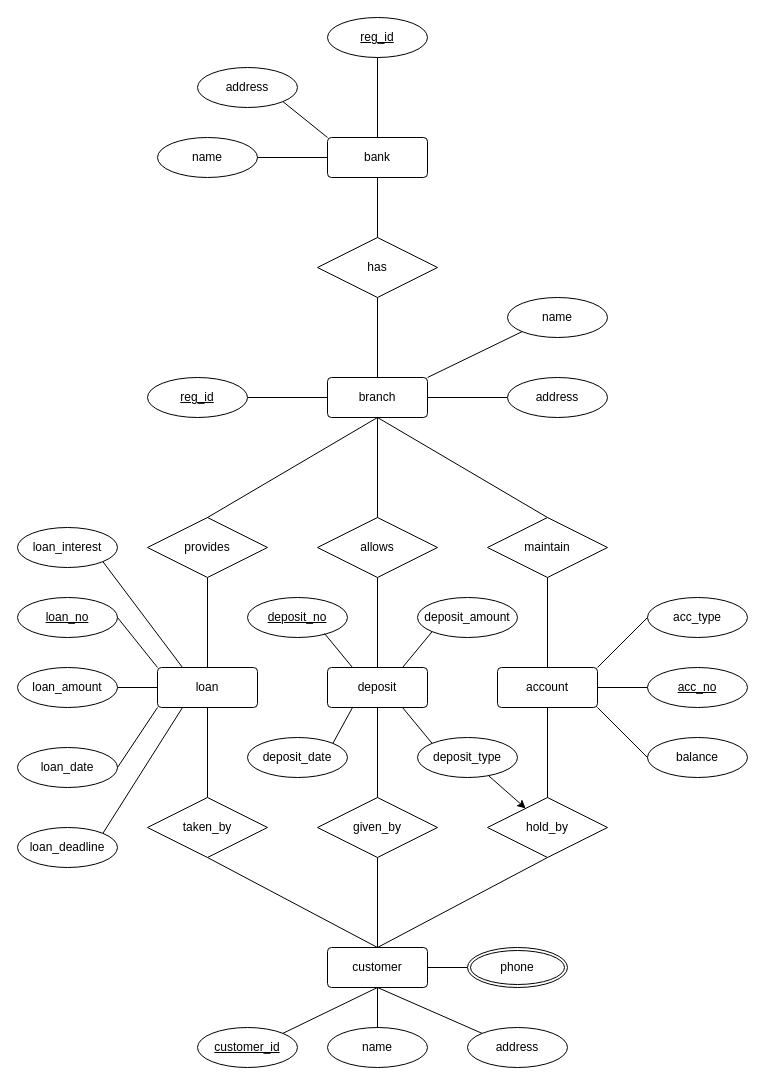
Earlier version of the draw.io diagram 02-ER-Diagram/bank-app.drawio (giver-kdk/Diagramming). Source tidied: cells renumbered, new cells numbered last; positions are measured from the earlier drawing's top-left corner, leaving out a move shared by most shapes. Both pictures are drawn from the tidied source at 100%, with x=0, y=0 at pixel (17, 17).
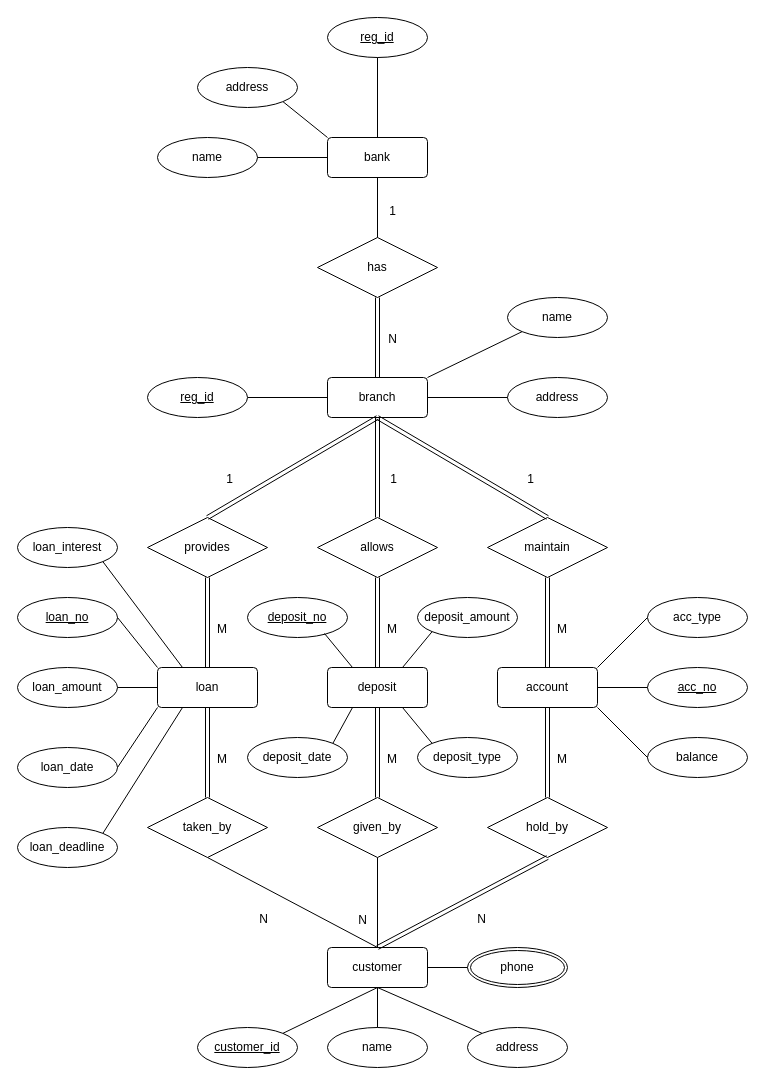
After the change.

Commit message (it also covers changes not shown here):
participation and cardinality set

The change refers to these unchanged cells:
```xml
<mxCell id="2" value="branch" style="rounded=1;arcSize=10;whiteSpace=wrap;html=1;align=center;" parent="1" vertex="1">
  <mxGeometry x="310" y="360" width="100" height="40" as="geometry" />
</mxCell>
<mxCell id="3" value="provides" style="shape=rhombus;perimeter=rhombusPerimeter;whiteSpace=wrap;html=1;align=center;" parent="1" vertex="1">
  <mxGeometry x="130" y="500" width="120" height="60" as="geometry" />
</mxCell>
<mxCell id="4" value="loan" style="rounded=1;arcSize=10;whiteSpace=wrap;html=1;align=center;" parent="1" vertex="1">
  <mxGeometry x="140" y="650" width="100" height="40" as="geometry" />
</mxCell>
<mxCell id="5" value="deposit" style="rounded=1;arcSize=10;whiteSpace=wrap;html=1;align=center;" parent="1" vertex="1">
  <mxGeometry x="310" y="650" width="100" height="40" as="geometry" />
</mxCell>
<mxCell id="6" value="account" style="rounded=1;arcSize=10;whiteSpace=wrap;html=1;align=center;" parent="1" vertex="1">
  <mxGeometry x="480" y="650" width="100" height="40" as="geometry" />
</mxCell>
<mxCell id="7" value="allows" style="shape=rhombus;perimeter=rhombusPerimeter;whiteSpace=wrap;html=1;align=center;" parent="1" vertex="1">
  <mxGeometry x="300" y="500" width="120" height="60" as="geometry" />
</mxCell>
<mxCell id="8" value="maintain" style="shape=rhombus;perimeter=rhombusPerimeter;whiteSpace=wrap;html=1;align=center;" parent="1" vertex="1">
  <mxGeometry x="470" y="500" width="120" height="60" as="geometry" />
</mxCell>
<mxCell id="9" value="customer" style="rounded=1;arcSize=10;whiteSpace=wrap;html=1;align=center;" parent="1" vertex="1">
  <mxGeometry x="310" y="930" width="100" height="40" as="geometry" />
</mxCell>
<mxCell id="10" value="taken_by" style="shape=rhombus;perimeter=rhombusPerimeter;whiteSpace=wrap;html=1;align=center;" parent="1" vertex="1">
  <mxGeometry x="130" y="780" width="120" height="60" as="geometry" />
</mxCell>
<mxCell id="11" value="given_by" style="shape=rhombus;perimeter=rhombusPerimeter;whiteSpace=wrap;html=1;align=center;" parent="1" vertex="1">
  <mxGeometry x="300" y="780" width="120" height="60" as="geometry" />
</mxCell>
<mxCell id="12" value="hold_by" style="shape=rhombus;perimeter=rhombusPerimeter;whiteSpace=wrap;html=1;align=center;" parent="1" vertex="1">
  <mxGeometry x="470" y="780" width="120" height="60" as="geometry" />
</mxCell>
<mxCell id="18" value="has" style="shape=rhombus;perimeter=rhombusPerimeter;whiteSpace=wrap;html=1;align=center;" parent="1" vertex="1">
  <mxGeometry x="300" y="220" width="120" height="60" as="geometry" />
</mxCell>
<mxCell id="36" value="bank" style="rounded=1;arcSize=10;whiteSpace=wrap;html=1;align=center;" parent="1" vertex="1">
  <mxGeometry x="310" y="120" width="100" height="40" as="geometry" />
</mxCell>
<mxCell id="60" value="deposit_type" style="ellipse;whiteSpace=wrap;html=1;align=center;" parent="1" vertex="1">
  <mxGeometry x="400" y="720" width="100" height="40" as="geometry" />
</mxCell>
```

The edit, as a diff of the source:
```diff
@@
-    <mxCell id="22" style="endArrow=none;html=1;rounded=0;entryX=0.5;entryY=0;entryDx=0;entryDy=0;exitX=0.5;exitY=1;exitDx=0;exitDy=0;" parent="1" edge="1" source="36" target="18">
-      <mxGeometry relative="1" as="geometry" />
-    </mxCell>
-    <mxCell id="23" style="endArrow=none;html=1;rounded=0;entryX=0.5;entryY=0;entryDx=0;entryDy=0;exitX=0.5;exitY=1;exitDx=0;exitDy=0;" parent="1" edge="1" source="18" target="2">
-      <mxGeometry relative="1" as="geometry" />
-    </mxCell>
-    <mxCell id="24" style="endArrow=none;html=1;rounded=0;exitX=0.5;exitY=0;exitDx=0;exitDy=0;entryX=0.5;entryY=1;entryDx=0;entryDy=0;" parent="1" edge="1" source="3" target="2">
-      <mxGeometry relative="1" as="geometry" />
-    </mxCell>
-    <mxCell id="25" style="endArrow=none;html=1;rounded=0;entryX=0.5;entryY=1;entryDx=0;entryDy=0;exitX=0.5;exitY=0;exitDx=0;exitDy=0;" parent="1" edge="1" source="7" target="2">
-      <mxGeometry relative="1" as="geometry" />
-    </mxCell>
-    <mxCell id="26" style="endArrow=none;html=1;rounded=0;exitX=0.5;exitY=0;exitDx=0;exitDy=0;entryX=0.5;entryY=1;entryDx=0;entryDy=0;" parent="1" edge="1" source="8" target="2">
-      <mxGeometry relative="1" as="geometry" />
-    </mxCell>
-    <mxCell id="27" style="endArrow=none;html=1;rounded=0;exitX=0.5;exitY=1;exitDx=0;exitDy=0;" parent="1" edge="1" source="3" target="4">
-      <mxGeometry relative="1" as="geometry" />
-    </mxCell>
-    <mxCell id="28" style="endArrow=none;html=1;rounded=0;exitX=0.5;exitY=1;exitDx=0;exitDy=0;" parent="1" edge="1" source="7" target="5">
-      <mxGeometry relative="1" as="geometry" />
-    </mxCell>
-    <mxCell id="29" style="endArrow=none;html=1;rounded=0;exitX=0.5;exitY=1;exitDx=0;exitDy=0;entryX=0.5;entryY=0;entryDx=0;entryDy=0;" parent="1" edge="1" source="8" target="6">
-      <mxGeometry relative="1" as="geometry" />
-    </mxCell>
-    <mxCell id="30" style="endArrow=none;html=1;rounded=0;exitX=0.5;exitY=1;exitDx=0;exitDy=0;" parent="1" edge="1" source="4" target="10">
-      <mxGeometry relative="1" as="geometry" />
-    </mxCell>
-    <mxCell id="31" style="endArrow=none;html=1;rounded=0;exitX=0.5;exitY=1;exitDx=0;exitDy=0;entryX=0.5;entryY=0;entryDx=0;entryDy=0;" parent="1" edge="1" source="5" target="11">
-      <mxGeometry relative="1" as="geometry" />
-    </mxCell>
-    <mxCell id="32" style="endArrow=none;html=1;rounded=0;exitX=0.5;exitY=1;exitDx=0;exitDy=0;entryX=0.5;entryY=0;entryDx=0;entryDy=0;" parent="1" edge="1" source="6" target="12">
-      <mxGeometry relative="1" as="geometry" />
-    </mxCell>
-    <mxCell id="33" style="endArrow=none;html=1;rounded=0;exitX=0.5;exitY=1;exitDx=0;exitDy=0;entryX=0.5;entryY=0;entryDx=0;entryDy=0;" parent="1" edge="1" source="10" target="9">
-      <mxGeometry relative="1" as="geometry" />
-    </mxCell>
-    <mxCell id="34" style="endArrow=none;html=1;rounded=0;exitX=0.5;exitY=1;exitDx=0;exitDy=0;" parent="1" edge="1" source="11">
-      <mxGeometry relative="1" as="geometry">
-        <mxPoint x="360" y="930" as="targetPoint" />
-      </mxGeometry>
-    </mxCell>
-    <mxCell id="35" style="endArrow=none;html=1;rounded=0;entryX=0.5;entryY=1;entryDx=0;entryDy=0;exitX=0.5;exitY=0;exitDx=0;exitDy=0;" parent="1" edge="1" source="9" target="12">
-      <mxGeometry relative="1" as="geometry" />
-    </mxCell>
@@
-    <mxCell id="59" style="edgeStyle=none;html=1;" parent="1" edge="1" source="60" target="12">
-      <mxGeometry relative="1" as="geometry" />
-    </mxCell>
@@
+    <mxCell id="22" style="endArrow=none;html=1;rounded=0;exitX=0.5;exitY=1;exitDx=0;exitDy=0;" parent="1" edge="1" source="36" target="18">
+      <mxGeometry relative="1" as="geometry" />
+    </mxCell>
+    <mxCell id="74" value="1" style="html=1;align=right;verticalAlign=bottom;" parent="22" vertex="1">
+      <mxGeometry x="1" relative="1" as="geometry">
+        <mxPoint x="19" y="-18" as="offset" />
+      </mxGeometry>
+    </mxCell>
+    <mxCell id="23" style="shape=link;html=1;rounded=0;exitX=0.5;exitY=1;exitDx=0;exitDy=0;" parent="1" edge="1" source="18" target="2">
+      <mxGeometry relative="1" as="geometry" />
+    </mxCell>
+    <mxCell id="75" value="N" style="html=1;align=right;verticalAlign=bottom;" parent="23" vertex="1">
+      <mxGeometry x="1" relative="1" as="geometry">
+        <mxPoint x="20" y="-30" as="offset" />
+      </mxGeometry>
+    </mxCell>
+    <mxCell id="27" style="shape=link;html=1;rounded=0;exitX=0.5;exitY=1;exitDx=0;exitDy=0;entryX=0.5;entryY=0;entryDx=0;entryDy=0;" parent="1" edge="1" source="3" target="4">
+      <mxGeometry relative="1" as="geometry" />
+    </mxCell>
+    <mxCell id="76" value="M" style="html=1;align=right;verticalAlign=bottom;" parent="27" vertex="1">
+      <mxGeometry x="1" relative="1" as="geometry">
+        <mxPoint x="20" y="-30" as="offset" />
+      </mxGeometry>
+    </mxCell>
+    <mxCell id="28" style="shape=link;html=1;rounded=0;exitX=0.5;exitY=1;exitDx=0;exitDy=0;entryX=0.5;entryY=0;entryDx=0;entryDy=0;" parent="1" edge="1" source="7" target="5">
+      <mxGeometry relative="1" as="geometry" />
+    </mxCell>
+    <mxCell id="77" value="M" style="html=1;align=right;verticalAlign=bottom;" parent="28" vertex="1">
+      <mxGeometry x="1" relative="1" as="geometry">
+        <mxPoint x="20" y="-30" as="offset" />
+      </mxGeometry>
+    </mxCell>
+    <mxCell id="29" style="shape=link;html=1;rounded=0;exitX=0.5;exitY=1;exitDx=0;exitDy=0;entryX=0.5;entryY=0;entryDx=0;entryDy=0;" parent="1" edge="1" source="8" target="6">
+      <mxGeometry relative="1" as="geometry" />
+    </mxCell>
+    <mxCell id="78" value="M" style="html=1;align=right;verticalAlign=bottom;" parent="29" vertex="1">
+      <mxGeometry x="1" relative="1" as="geometry">
+        <mxPoint x="20" y="-30" as="offset" />
+      </mxGeometry>
+    </mxCell>
+    <mxCell id="79" style="shape=link;html=1;rounded=0;exitX=0.5;exitY=1;exitDx=0;exitDy=0;entryX=0.5;entryY=0;entryDx=0;entryDy=0;" parent="1" edge="1" source="2" target="3">
+      <mxGeometry relative="1" as="geometry" />
+    </mxCell>
+    <mxCell id="80" value="1" style="html=1;align=right;verticalAlign=bottom;" parent="79" vertex="1">
+      <mxGeometry x="1" relative="1" as="geometry">
+        <mxPoint x="26" y="-30" as="offset" />
+      </mxGeometry>
+    </mxCell>
+    <mxCell id="81" style="shape=link;html=1;rounded=0;exitX=0.5;exitY=1;exitDx=0;exitDy=0;" parent="1" edge="1" source="2" target="7">
+      <mxGeometry relative="1" as="geometry" />
+    </mxCell>
+    <mxCell id="82" value="1" style="html=1;align=right;verticalAlign=bottom;" parent="81" vertex="1">
+      <mxGeometry x="1" relative="1" as="geometry">
+        <mxPoint x="20" y="-30" as="offset" />
+      </mxGeometry>
+    </mxCell>
+    <mxCell id="83" style="shape=link;html=1;rounded=0;exitX=0.5;exitY=1;exitDx=0;exitDy=0;entryX=0.5;entryY=0;entryDx=0;entryDy=0;" parent="1" edge="1" source="2" target="8">
+      <mxGeometry relative="1" as="geometry" />
+    </mxCell>
+    <mxCell id="84" value="1" style="html=1;align=right;verticalAlign=bottom;" parent="83" vertex="1">
+      <mxGeometry x="1" relative="1" as="geometry">
+        <mxPoint x="-13" y="-30" as="offset" />
+      </mxGeometry>
+    </mxCell>
+    <mxCell id="30" style="shape=link;html=1;rounded=0;exitX=0.5;exitY=1;exitDx=0;exitDy=0;entryX=0.5;entryY=0;entryDx=0;entryDy=0;" parent="1" edge="1" source="4" target="10">
+      <mxGeometry relative="1" as="geometry" />
+    </mxCell>
+    <mxCell id="85" value="M" style="html=1;align=right;verticalAlign=bottom;" parent="30" vertex="1">
+      <mxGeometry x="1" relative="1" as="geometry">
+        <mxPoint x="20" y="-30" as="offset" />
+      </mxGeometry>
+    </mxCell>
+    <mxCell id="31" style="shape=link;html=1;rounded=0;exitX=0.5;exitY=1;exitDx=0;exitDy=0;entryX=0.5;entryY=0;entryDx=0;entryDy=0;" parent="1" edge="1" source="5" target="11">
+      <mxGeometry relative="1" as="geometry" />
+    </mxCell>
+    <mxCell id="86" value="M" style="html=1;align=right;verticalAlign=bottom;" parent="31" vertex="1">
+      <mxGeometry x="1" relative="1" as="geometry">
+        <mxPoint x="20" y="-30" as="offset" />
+      </mxGeometry>
+    </mxCell>
+    <mxCell id="32" style="shape=link;html=1;rounded=0;exitX=0.5;exitY=1;exitDx=0;exitDy=0;entryX=0.5;entryY=0;entryDx=0;entryDy=0;" parent="1" edge="1" source="6" target="12">
+      <mxGeometry relative="1" as="geometry" />
+    </mxCell>
+    <mxCell id="87" value="M" style="html=1;align=right;verticalAlign=bottom;" parent="32" vertex="1">
+      <mxGeometry x="1" relative="1" as="geometry">
+        <mxPoint x="20" y="-30" as="offset" />
+      </mxGeometry>
+    </mxCell>
+    <mxCell id="35" style="shape=link;html=1;rounded=0;exitX=0.5;exitY=0;exitDx=0;exitDy=0;entryX=0.5;entryY=1;entryDx=0;entryDy=0;" parent="1" edge="1" source="9" target="12">
+      <mxGeometry relative="1" as="geometry" />
+    </mxCell>
+    <mxCell id="88" value="N" style="html=1;align=right;verticalAlign=bottom;" parent="35" vertex="1">
+      <mxGeometry x="1" relative="1" as="geometry">
+        <mxPoint x="-61" y="70" as="offset" />
+      </mxGeometry>
+    </mxCell>
+    <mxCell id="89" style="endArrow=none;html=1;rounded=0;exitX=0.5;exitY=0;exitDx=0;exitDy=0;entryX=0.5;entryY=1;entryDx=0;entryDy=0;" parent="1" edge="1" source="9" target="11">
+      <mxGeometry relative="1" as="geometry" />
+    </mxCell>
+    <mxCell id="90" value="N" style="html=1;align=right;verticalAlign=bottom;" parent="89" vertex="1">
+      <mxGeometry x="1" relative="1" as="geometry">
+        <mxPoint x="-10" y="71" as="offset" />
+      </mxGeometry>
+    </mxCell>
+    <mxCell id="91" style="endArrow=none;html=1;rounded=0;entryX=0.5;entryY=1;entryDx=0;entryDy=0;exitX=0.5;exitY=0;exitDx=0;exitDy=0;" parent="1" edge="1" source="9" target="10">
+      <mxGeometry relative="1" as="geometry" />
+    </mxCell>
+    <mxCell id="92" value="N" style="html=1;align=right;verticalAlign=bottom;" parent="91" vertex="1">
+      <mxGeometry x="1" relative="1" as="geometry">
+        <mxPoint x="61" y="70" as="offset" />
+      </mxGeometry>
+    </mxCell>
```
